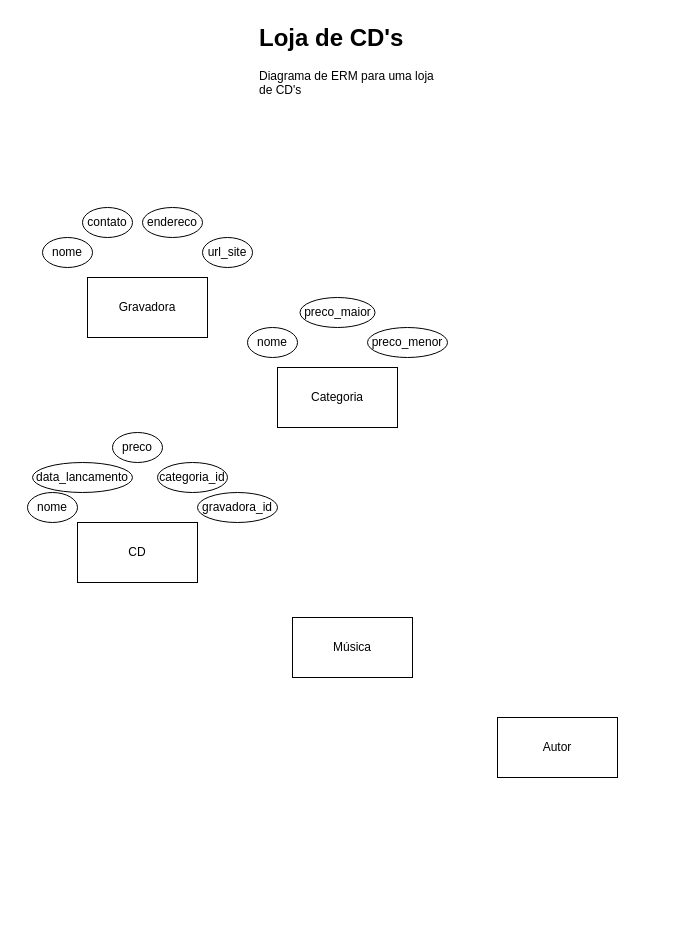
The draw.io diagram BD_I/cds_store.drawio in ELISASANTANA/College-Stuff, before the edit. Source tidied: cells renumbered, new cells numbered last; positions are measured from the earlier drawing's top-left corner, leaving out a move shared by most shapes. Both pictures are drawn from the tidied source at 100%, with x=0, y=0 at pixel (27, 17).
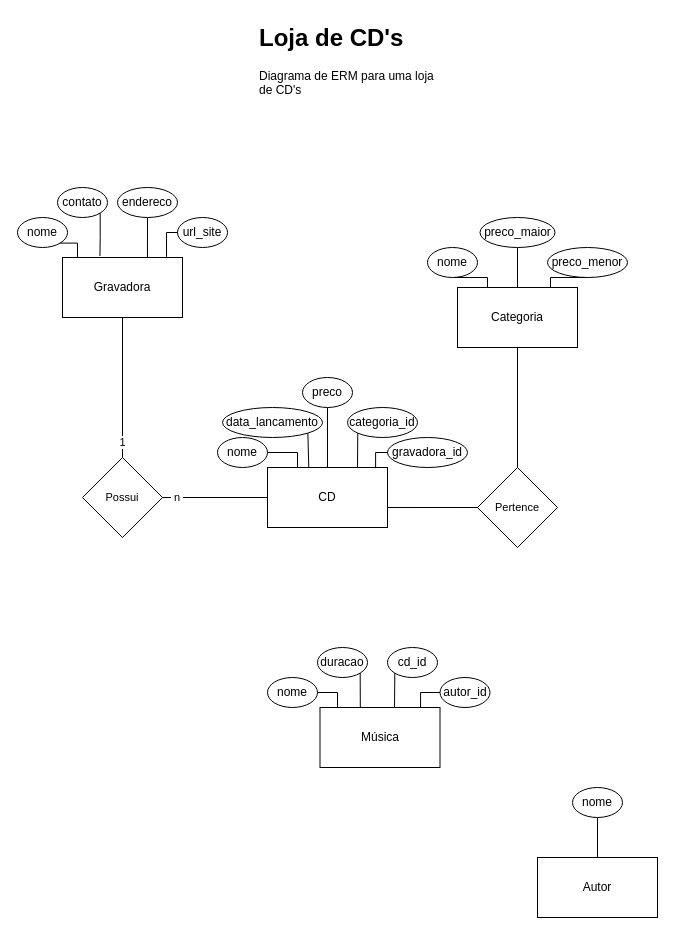
Above is the later version.

The edit, as a diff of the source:
```diff
@@
     <mxCell id="3" value="Gravadora" style="rounded=0;whiteSpace=wrap;html=1;" parent="1" vertex="1">
-      <mxGeometry x="60" y="260" width="120" height="60" as="geometry" />
+      <mxGeometry x="35" y="240" width="120" height="60" as="geometry" />
     </mxCell>
     <mxCell id="4" value="CD" style="rounded=0;whiteSpace=wrap;html=1;" parent="1" vertex="1">
-      <mxGeometry x="50" y="505" width="120" height="60" as="geometry" />
+      <mxGeometry x="240" y="450" width="120" height="60" as="geometry" />
     </mxCell>
     <mxCell id="5" value="Música" style="rounded=0;whiteSpace=wrap;html=1;" parent="1" vertex="1">
-      <mxGeometry x="265" y="600" width="120" height="60" as="geometry" />
+      <mxGeometry x="292.5" y="690" width="120" height="60" as="geometry" />
     </mxCell>
     <mxCell id="6" value="Autor" style="rounded=0;whiteSpace=wrap;html=1;" parent="1" vertex="1">
-      <mxGeometry x="470" y="700" width="120" height="60" as="geometry" />
+      <mxGeometry x="510" y="840" width="120" height="60" as="geometry" />
     </mxCell>
     <mxCell id="7" value="Categoria" style="rounded=0;whiteSpace=wrap;html=1;" parent="1" vertex="1">
-      <mxGeometry x="250" y="350" width="120" height="60" as="geometry" />
+      <mxGeometry x="430" y="270" width="120" height="60" as="geometry" />
     </mxCell>
     <mxCell id="8" value="nome" style="ellipse;whiteSpace=wrap;html=1;" parent="1" vertex="1">
-      <mxGeometry x="15" y="220" width="50" height="30" as="geometry" />
+      <mxGeometry x="-10" y="200" width="50" height="30" as="geometry" />
     </mxCell>
     <mxCell id="9" value="contato" style="ellipse;whiteSpace=wrap;html=1;" parent="1" vertex="1">
-      <mxGeometry x="55" y="190" width="50" height="30" as="geometry" />
+      <mxGeometry x="30" y="170" width="50" height="30" as="geometry" />
     </mxCell>
     <mxCell id="10" value="endereco" style="ellipse;whiteSpace=wrap;html=1;" parent="1" vertex="1">
-      <mxGeometry x="115" y="190" width="60" height="30" as="geometry" />
+      <mxGeometry x="90" y="170" width="60" height="30" as="geometry" />
     </mxCell>
     <mxCell id="11" value="url_site" style="ellipse;whiteSpace=wrap;html=1;" parent="1" vertex="1">
-      <mxGeometry x="175" y="220" width="50" height="30" as="geometry" />
+      <mxGeometry x="150" y="200" width="50" height="30" as="geometry" />
     </mxCell>
+    <mxCell id="20" style="edgeStyle=orthogonalEdgeStyle;rounded=0;jettySize=auto;html=1;exitX=0.5;exitY=1;exitDx=0;exitDy=0;entryX=0.25;entryY=0;entryDx=0;entryDy=0;strokeColor=default;align=center;verticalAlign=middle;fontFamily=Helvetica;fontSize=11;fontColor=default;labelBackgroundColor=default;endArrow=none;endFill=0;" parent="1" edge="1" source="12" target="7">
+      <mxGeometry relative="1" as="geometry" />
+    </mxCell>
     <mxCell id="12" value="nome" style="ellipse;whiteSpace=wrap;html=1;" parent="1" vertex="1">
-      <mxGeometry x="220" y="310" width="50" height="30" as="geometry" />
+      <mxGeometry x="400" y="230" width="50" height="30" as="geometry" />
     </mxCell>
+    <mxCell id="21" style="edgeStyle=orthogonalEdgeStyle;rounded=0;jettySize=auto;html=1;exitX=0.5;exitY=1;exitDx=0;exitDy=0;entryX=0.5;entryY=0;entryDx=0;entryDy=0;strokeColor=default;align=center;verticalAlign=middle;fontFamily=Helvetica;fontSize=11;fontColor=default;labelBackgroundColor=default;endArrow=none;endFill=0;" parent="1" edge="1" source="13" target="7">
+      <mxGeometry relative="1" as="geometry" />
+    </mxCell>
     <mxCell id="13" value="preco_maior" style="ellipse;whiteSpace=wrap;html=1;" parent="1" vertex="1">
-      <mxGeometry x="272.5" y="280" width="75" height="30" as="geometry" />
+      <mxGeometry x="452.5" y="200" width="75" height="30" as="geometry" />
     </mxCell>
     <mxCell id="14" value="preco_menor" style="ellipse;whiteSpace=wrap;html=1;" parent="1" vertex="1">
-      <mxGeometry x="340" y="310" width="80" height="30" as="geometry" />
+      <mxGeometry x="520" y="230" width="80" height="30" as="geometry" />
     </mxCell>
+    <mxCell id="22" style="edgeStyle=orthogonalEdgeStyle;rounded=0;jettySize=auto;html=1;exitX=1;exitY=0.5;exitDx=0;exitDy=0;entryX=0.25;entryY=0;entryDx=0;entryDy=0;strokeColor=default;endArrow=none;endFill=0;" parent="1" edge="1" source="15" target="4">
+      <mxGeometry relative="1" as="geometry" />
+    </mxCell>
     <mxCell id="15" value="nome" style="ellipse;whiteSpace=wrap;html=1;" parent="1" vertex="1">
-      <mxGeometry y="475" width="50" height="30" as="geometry" />
+      <mxGeometry x="190" y="420" width="50" height="30" as="geometry" />
     </mxCell>
     <mxCell id="16" value="data_lancamento" style="ellipse;whiteSpace=wrap;html=1;" parent="1" vertex="1">
-      <mxGeometry x="5" y="445" width="100" height="30" as="geometry" />
+      <mxGeometry x="195" y="390" width="100" height="30" as="geometry" />
     </mxCell>
+    <mxCell id="23" style="edgeStyle=orthogonalEdgeStyle;rounded=0;jettySize=auto;html=1;exitX=0.5;exitY=1;exitDx=0;exitDy=0;entryX=0.5;entryY=0;entryDx=0;entryDy=0;endArrow=none;endFill=0;" parent="1" edge="1" source="17" target="4">
+      <mxGeometry relative="1" as="geometry" />
+    </mxCell>
     <mxCell id="17" value="preco" style="ellipse;whiteSpace=wrap;html=1;" parent="1" vertex="1">
-      <mxGeometry x="85" y="415" width="50" height="30" as="geometry" />
+      <mxGeometry x="275" y="360" width="50" height="30" as="geometry" />
     </mxCell>
+    <mxCell id="24" style="edgeStyle=orthogonalEdgeStyle;rounded=0;jettySize=auto;html=1;exitX=0;exitY=1;exitDx=0;exitDy=0;entryX=0.75;entryY=0;entryDx=0;entryDy=0;endArrow=none;endFill=0;" parent="1" edge="1" source="18" target="4">
+      <mxGeometry relative="1" as="geometry" />
+    </mxCell>
     <mxCell id="18" value="categoria_id" style="ellipse;whiteSpace=wrap;html=1;" parent="1" vertex="1">
-      <mxGeometry x="130" y="445" width="70" height="30" as="geometry" />
+      <mxGeometry x="320" y="390" width="70" height="30" as="geometry" />
     </mxCell>
     <mxCell id="19" value="gravadora_id" style="ellipse;whiteSpace=wrap;html=1;" parent="1" vertex="1">
-      <mxGeometry x="170" y="475" width="80" height="30" as="geometry" />
+      <mxGeometry x="360" y="420" width="80" height="30" as="geometry" />
     </mxCell>
+    <mxCell id="25" style="edgeStyle=orthogonalEdgeStyle;rounded=0;jettySize=auto;html=1;exitX=1;exitY=1;exitDx=0;exitDy=0;entryX=0.344;entryY=-0.006;entryDx=0;entryDy=0;entryPerimeter=0;endArrow=none;endFill=0;" parent="1" edge="1" source="16" target="4">
+      <mxGeometry relative="1" as="geometry" />
+    </mxCell>
+    <mxCell id="26" style="edgeStyle=orthogonalEdgeStyle;rounded=0;jettySize=auto;html=1;exitX=0;exitY=0.5;exitDx=0;exitDy=0;entryX=0.901;entryY=0.011;entryDx=0;entryDy=0;entryPerimeter=0;endArrow=none;endFill=0;" parent="1" edge="1" source="19" target="4">
+      <mxGeometry relative="1" as="geometry" />
+    </mxCell>
+    <mxCell id="27" style="edgeStyle=orthogonalEdgeStyle;rounded=0;jettySize=auto;html=1;exitX=1;exitY=1;exitDx=0;exitDy=0;entryX=0.125;entryY=0;entryDx=0;entryDy=0;entryPerimeter=0;endArrow=none;endFill=0;" parent="1" edge="1" source="8" target="3">
+      <mxGeometry relative="1" as="geometry" />
+    </mxCell>
+    <mxCell id="28" style="edgeStyle=orthogonalEdgeStyle;rounded=0;jettySize=auto;html=1;exitX=1;exitY=1;exitDx=0;exitDy=0;entryX=0.312;entryY=-0.025;entryDx=0;entryDy=0;entryPerimeter=0;strokeColor=default;align=center;verticalAlign=middle;fontFamily=Helvetica;fontSize=11;fontColor=default;labelBackgroundColor=default;endArrow=none;endFill=0;" parent="1" edge="1" source="9" target="3">
+      <mxGeometry relative="1" as="geometry" />
+    </mxCell>
+    <mxCell id="29" style="edgeStyle=orthogonalEdgeStyle;rounded=0;jettySize=auto;html=1;exitX=0.5;exitY=1;exitDx=0;exitDy=0;entryX=0.708;entryY=0;entryDx=0;entryDy=0;entryPerimeter=0;strokeColor=default;align=center;verticalAlign=middle;fontFamily=Helvetica;fontSize=11;fontColor=default;labelBackgroundColor=default;endArrow=none;endFill=0;" parent="1" edge="1" source="10" target="3">
+      <mxGeometry relative="1" as="geometry" />
+    </mxCell>
+    <mxCell id="30" style="edgeStyle=orthogonalEdgeStyle;rounded=0;jettySize=auto;html=1;exitX=0;exitY=0.5;exitDx=0;exitDy=0;entryX=0.867;entryY=-0.011;entryDx=0;entryDy=0;entryPerimeter=0;strokeColor=default;align=center;verticalAlign=middle;fontFamily=Helvetica;fontSize=11;fontColor=default;labelBackgroundColor=default;endArrow=none;endFill=0;" parent="1" edge="1" source="11" target="3">
+      <mxGeometry relative="1" as="geometry" />
+    </mxCell>
+    <mxCell id="31" style="edgeStyle=orthogonalEdgeStyle;rounded=0;jettySize=auto;html=1;exitX=0.5;exitY=1;exitDx=0;exitDy=0;entryX=0.775;entryY=0.008;entryDx=0;entryDy=0;entryPerimeter=0;strokeColor=default;align=center;verticalAlign=middle;fontFamily=Helvetica;fontSize=11;fontColor=default;labelBackgroundColor=default;endArrow=none;endFill=0;" parent="1" edge="1" source="14" target="7">
+      <mxGeometry relative="1" as="geometry" />
+    </mxCell>
+    <mxCell id="32" value="nome" style="ellipse;whiteSpace=wrap;html=1;" parent="1" vertex="1">
+      <mxGeometry x="240" y="660" width="50" height="30" as="geometry" />
+    </mxCell>
+    <mxCell id="33" value="duracao" style="ellipse;whiteSpace=wrap;html=1;" parent="1" vertex="1">
+      <mxGeometry x="290" y="630" width="50" height="30" as="geometry" />
+    </mxCell>
+    <mxCell id="34" value="cd_id" style="ellipse;whiteSpace=wrap;html=1;" parent="1" vertex="1">
+      <mxGeometry x="360" y="630" width="50" height="30" as="geometry" />
+    </mxCell>
+    <mxCell id="35" value="autor_id" style="ellipse;whiteSpace=wrap;html=1;" parent="1" vertex="1">
+      <mxGeometry x="412.5" y="660" width="50" height="30" as="geometry" />
+    </mxCell>
+    <mxCell id="36" style="edgeStyle=orthogonalEdgeStyle;rounded=0;jettySize=auto;html=1;exitX=1;exitY=0.5;exitDx=0;exitDy=0;entryX=0.146;entryY=0;entryDx=0;entryDy=0;entryPerimeter=0;strokeColor=default;align=center;verticalAlign=middle;fontFamily=Helvetica;fontSize=11;fontColor=default;labelBackgroundColor=default;endArrow=none;endFill=0;" parent="1" edge="1" source="32" target="5">
+      <mxGeometry relative="1" as="geometry" />
+    </mxCell>
+    <mxCell id="37" style="edgeStyle=orthogonalEdgeStyle;rounded=0;jettySize=auto;html=1;exitX=1;exitY=1;exitDx=0;exitDy=0;entryX=0.336;entryY=0.003;entryDx=0;entryDy=0;entryPerimeter=0;strokeColor=default;align=center;verticalAlign=middle;fontFamily=Helvetica;fontSize=11;fontColor=default;labelBackgroundColor=default;endArrow=none;endFill=0;" parent="1" edge="1" source="33" target="5">
+      <mxGeometry relative="1" as="geometry" />
+    </mxCell>
+    <mxCell id="38" style="edgeStyle=orthogonalEdgeStyle;rounded=0;jettySize=auto;html=1;exitX=0;exitY=1;exitDx=0;exitDy=0;entryX=0.621;entryY=0;entryDx=0;entryDy=0;entryPerimeter=0;strokeColor=default;align=center;verticalAlign=middle;fontFamily=Helvetica;fontSize=11;fontColor=default;labelBackgroundColor=default;endArrow=none;endFill=0;" parent="1" edge="1" source="34" target="5">
+      <mxGeometry relative="1" as="geometry" />
+    </mxCell>
+    <mxCell id="39" style="edgeStyle=orthogonalEdgeStyle;rounded=0;jettySize=auto;html=1;exitX=0;exitY=0.5;exitDx=0;exitDy=0;entryX=0.838;entryY=0.003;entryDx=0;entryDy=0;entryPerimeter=0;strokeColor=default;align=center;verticalAlign=middle;fontFamily=Helvetica;fontSize=11;fontColor=default;labelBackgroundColor=default;endArrow=none;endFill=0;" parent="1" edge="1" source="35" target="5">
+      <mxGeometry relative="1" as="geometry" />
+    </mxCell>
+    <mxCell id="40" style="edgeStyle=orthogonalEdgeStyle;rounded=0;jettySize=auto;html=1;exitX=0.5;exitY=1;exitDx=0;exitDy=0;entryX=0.5;entryY=0;entryDx=0;entryDy=0;strokeColor=default;align=center;verticalAlign=middle;fontFamily=Helvetica;fontSize=11;fontColor=default;labelBackgroundColor=default;endArrow=none;endFill=0;" parent="1" edge="1" source="41" target="6">
+      <mxGeometry relative="1" as="geometry" />
+    </mxCell>
+    <mxCell id="41" value="nome" style="ellipse;whiteSpace=wrap;html=1;" parent="1" vertex="1">
+      <mxGeometry x="545" y="770" width="50" height="30" as="geometry" />
+    </mxCell>
+    <mxCell id="42" style="edgeStyle=orthogonalEdgeStyle;rounded=0;jettySize=auto;html=1;exitX=1;exitY=0.5;exitDx=0;exitDy=0;entryX=0;entryY=0.5;entryDx=0;entryDy=0;strokeColor=default;align=center;verticalAlign=middle;fontFamily=Helvetica;fontSize=11;fontColor=default;labelBackgroundColor=default;endArrow=none;endFill=0;" parent="1" edge="1" source="44" target="4">
+      <mxGeometry relative="1" as="geometry" />
+    </mxCell>
+    <mxCell id="43" style="edgeStyle=orthogonalEdgeStyle;rounded=0;jettySize=auto;html=1;entryX=0.5;entryY=1;entryDx=0;entryDy=0;strokeColor=default;align=center;verticalAlign=middle;fontFamily=Helvetica;fontSize=11;fontColor=default;labelBackgroundColor=default;endArrow=none;endFill=0;" parent="1" edge="1" source="44" target="3">
+      <mxGeometry relative="1" as="geometry" />
+    </mxCell>
+    <mxCell id="44" value="Possui" style="rhombus;whiteSpace=wrap;html=1;fontFamily=Helvetica;fontSize=11;fontColor=default;labelBackgroundColor=default;" parent="1" vertex="1">
+      <mxGeometry x="55" y="440" width="80" height="80" as="geometry" />
+    </mxCell>
+    <mxCell id="45" value="&amp;nbsp;n&amp;nbsp;" style="text;html=1;align=center;verticalAlign=middle;whiteSpace=wrap;rounded=0;fontFamily=Helvetica;fontSize=11;fontColor=default;labelBackgroundColor=default;" parent="1" vertex="1">
+      <mxGeometry x="120" y="465" width="60" height="30" as="geometry" />
+    </mxCell>
+    <mxCell id="46" value="1" style="text;html=1;align=center;verticalAlign=middle;whiteSpace=wrap;rounded=0;fontFamily=Helvetica;fontSize=11;fontColor=default;labelBackgroundColor=default;" parent="1" vertex="1">
+      <mxGeometry x="62.5" y="410" width="65" height="30" as="geometry" />
+    </mxCell>
+    <mxCell id="47" style="edgeStyle=orthogonalEdgeStyle;rounded=0;jettySize=auto;html=1;exitX=0.5;exitY=0;exitDx=0;exitDy=0;entryX=0.5;entryY=1;entryDx=0;entryDy=0;strokeColor=default;align=center;verticalAlign=middle;fontFamily=Helvetica;fontSize=11;fontColor=default;labelBackgroundColor=default;endArrow=none;endFill=0;" parent="1" edge="1" source="48" target="7">
+      <mxGeometry relative="1" as="geometry" />
+    </mxCell>
+    <mxCell id="48" value="Pertence" style="rhombus;whiteSpace=wrap;html=1;fontFamily=Helvetica;fontSize=11;fontColor=default;labelBackgroundColor=default;" parent="1" vertex="1">
+      <mxGeometry x="450" y="450" width="80" height="80" as="geometry" />
+    </mxCell>
+    <mxCell id="49" style="edgeStyle=orthogonalEdgeStyle;rounded=0;jettySize=auto;html=1;exitX=0;exitY=0.5;exitDx=0;exitDy=0;entryX=1.003;entryY=0.667;entryDx=0;entryDy=0;entryPerimeter=0;strokeColor=default;align=center;verticalAlign=middle;fontFamily=Helvetica;fontSize=11;fontColor=default;labelBackgroundColor=default;endArrow=none;endFill=0;" parent="1" edge="1" source="48" target="4">
+      <mxGeometry relative="1" as="geometry" />
+    </mxCell>
```
